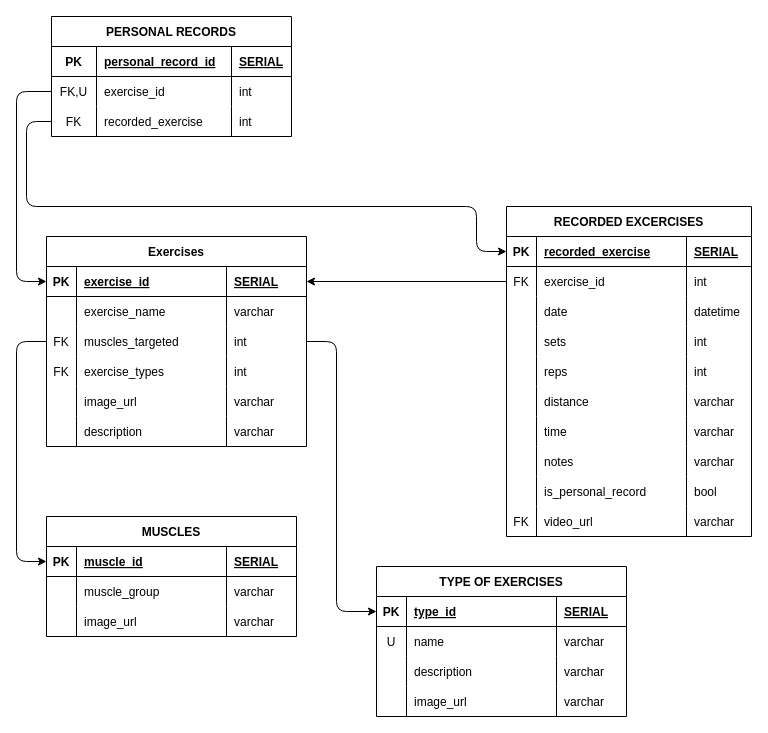
The draw.io diagram assignments/be-5-app-marshmallow/erd.drawio in James-Devpipline/BackEnd, before the edit. Source tidied: cells renumbered, new cells numbered last; positions are measured from the earlier drawing's top-left corner, leaving out a move shared by most shapes. Both pictures are drawn from the tidied source at 100%, with x=0, y=0 at pixel (16, 16).
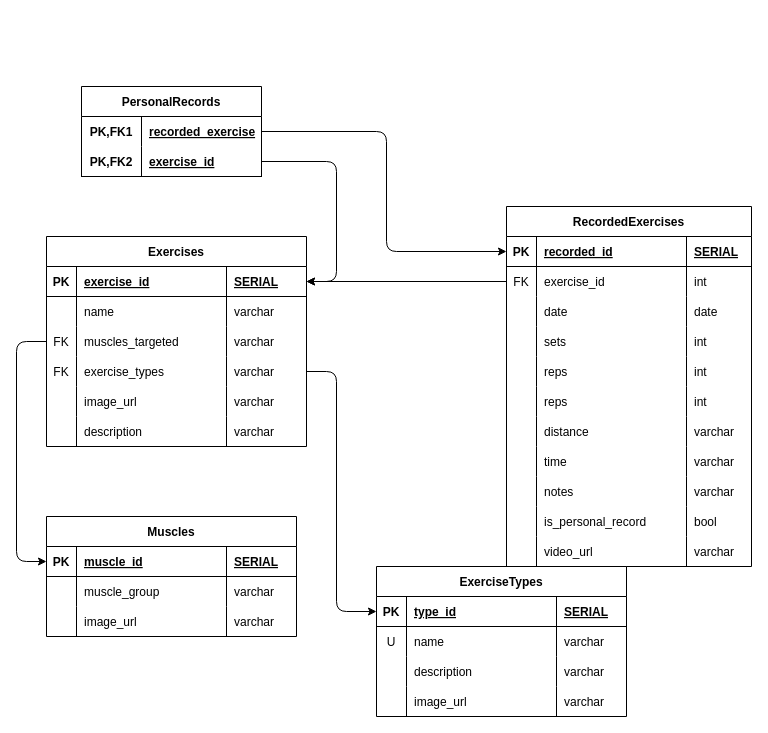
Above is the later version.

The change refers to these unchanged cells:
```xml
<mxCell id="3" style="shape=tableRow;horizontal=0;startSize=0;swimlaneHead=0;swimlaneBody=0;fillColor=none;points=[[0,0.5],[1,0.5]];portConstraint=eastwest;top=0;left=0;right=0;bottom=1;" parent="2" vertex="1">
  <mxGeometry y="30" width="260" height="30" as="geometry" />
</mxCell>
<mxCell id="7" style="shape=tableRow;horizontal=0;startSize=0;swimlaneHead=0;swimlaneBody=0;fillColor=none;top=0;left=0;right=0;bottom=0;" parent="2" vertex="1">
  <mxGeometry y="60" width="260" height="30" as="geometry" />
</mxCell>
<mxCell id="11" style="shape=tableRow;horizontal=0;startSize=0;swimlaneHead=0;swimlaneBody=0;fillColor=none;points=[[0,0.5],[1,0.5]];portConstraint=eastwest;top=0;left=0;right=0;bottom=0;" parent="2" vertex="1">
  <mxGeometry y="90" width="260" height="30" as="geometry" />
</mxCell>
<mxCell id="15" style="shape=tableRow;horizontal=0;startSize=0;swimlaneHead=0;swimlaneBody=0;fillColor=none;points=[[0,0.5],[1,0.5]];portConstraint=eastwest;top=0;left=0;right=0;bottom=0;" parent="2" vertex="1">
  <mxGeometry y="120" width="260" height="30" as="geometry" />
</mxCell>
<mxCell id="28" style="shape=tableRow;horizontal=0;startSize=0;swimlaneHead=0;swimlaneBody=0;fillColor=none;points=[[0,0.5],[1,0.5]];portConstraint=eastwest;top=0;left=0;right=0;bottom=1;" parent="27" vertex="1">
  <mxGeometry y="30" width="245" height="30" as="geometry" />
</mxCell>
<mxCell id="36" style="shape=tableRow;horizontal=0;startSize=0;swimlaneHead=0;swimlaneBody=0;fillColor=none;points=[[0,0.5],[1,0.5]];portConstraint=eastwest;top=0;left=0;right=0;bottom=0;" parent="27" vertex="1">
  <mxGeometry y="90" width="245" height="30" as="geometry" />
</mxCell>
<mxCell id="100" style="shape=tableRow;horizontal=0;startSize=0;swimlaneHead=0;swimlaneBody=0;fillColor=none;points=[[0,0.5],[1,0.5]];portConstraint=eastwest;top=0;left=0;right=0;bottom=1;" parent="99" vertex="1">
  <mxGeometry y="30" width="250" height="30" as="geometry" />
</mxCell>
```

The edit, as a diff of the source:
```diff
@@
-    <mxCell id="9" value="exercise_name" style="shape=partialRectangle;fillColor=none;top=0;left=0;bottom=0;right=0;align=left;spacingLeft=6;overflow=hidden;" parent="7" vertex="1">
+    <mxCell id="9" value="name" style="shape=partialRectangle;fillColor=none;top=0;left=0;bottom=0;right=0;align=left;spacingLeft=6;overflow=hidden;" parent="7" vertex="1">
       <mxGeometry x="30" width="150" height="30" as="geometry" />
     </mxCell>
@@
-    <mxCell id="14" value="int" style="shape=partialRectangle;fillColor=none;top=0;left=0;bottom=0;right=0;align=left;spacingLeft=6;overflow=hidden;" parent="11" vertex="1">
+    <mxCell id="14" value="varchar" style="shape=partialRectangle;fillColor=none;top=0;left=0;bottom=0;right=0;align=left;spacingLeft=6;overflow=hidden;" parent="11" vertex="1">
       <mxGeometry x="180" width="80" height="30" as="geometry" />
     </mxCell>
@@
-    <mxCell id="18" value="int" style="shape=partialRectangle;fillColor=none;top=0;left=0;bottom=0;right=0;align=left;spacingLeft=6;overflow=hidden;" parent="15" vertex="1">
+    <mxCell id="18" value="varchar" style="shape=partialRectangle;fillColor=none;top=0;left=0;bottom=0;right=0;align=left;spacingLeft=6;overflow=hidden;" parent="15" vertex="1">
       <mxGeometry x="180" width="80" height="30" as="geometry" />
     </mxCell>
@@
-    <mxCell id="27" value="RECORDED EXCERCISES" style="shape=table;startSize=30;childLayout=tableLayout;rowLines=0;fontStyle=1;align=center;" parent="1" vertex="1">
-      <mxGeometry x="490" y="190" width="245" height="330" as="geometry" />
+    <mxCell id="27" value="RecordedExercises" style="shape=table;startSize=30;childLayout=tableLayout;rowLines=0;fontStyle=1;align=center;" parent="1" vertex="1">
+      <mxGeometry x="490" y="190" width="245" height="360" as="geometry" />
     </mxCell>
@@
-    <mxCell id="30" value="recorded_exercise" style="shape=partialRectangle;fillColor=none;top=0;left=0;bottom=0;right=0;align=left;spacingLeft=6;fontStyle=5;overflow=hidden;" parent="28" vertex="1">
+    <mxCell id="30" value="recorded_id" style="shape=partialRectangle;fillColor=none;top=0;left=0;bottom=0;right=0;align=left;spacingLeft=6;fontStyle=5;overflow=hidden;" parent="28" vertex="1">
       <mxGeometry x="30" width="150" height="30" as="geometry" />
     </mxCell>
@@
-    <mxCell id="39" value="datetime" style="shape=partialRectangle;fillColor=none;top=0;left=0;bottom=0;right=0;align=left;spacingLeft=6;overflow=hidden;" parent="36" vertex="1">
+    <mxCell id="39" value="date" style="shape=partialRectangle;fillColor=none;top=0;left=0;bottom=0;right=0;align=left;spacingLeft=6;overflow=hidden;" parent="36" vertex="1">
       <mxGeometry x="180" width="65" height="30" as="geometry" />
     </mxCell>
@@
+    <mxCell id="117" style="shape=tableRow;horizontal=0;startSize=0;swimlaneHead=0;swimlaneBody=0;fillColor=none;top=0;left=0;right=0;bottom=0;" parent="27" vertex="1">
+      <mxGeometry y="150" width="245" height="30" as="geometry" />
+    </mxCell>
+    <mxCell id="118" style="shape=partialRectangle;fillColor=none;top=0;left=0;bottom=0;right=0;overflow=hidden;" parent="117" vertex="1">
+      <mxGeometry width="30" height="30" as="geometry" />
+    </mxCell>
+    <mxCell id="119" value="reps" style="shape=partialRectangle;fillColor=none;top=0;left=0;bottom=0;right=0;align=left;spacingLeft=6;overflow=hidden;" parent="117" vertex="1">
+      <mxGeometry x="30" width="150" height="30" as="geometry" />
+    </mxCell>
+    <mxCell id="120" value="int" style="shape=partialRectangle;fillColor=none;top=0;left=0;bottom=0;right=0;align=left;spacingLeft=6;overflow=hidden;" parent="117" vertex="1">
+      <mxGeometry x="180" width="65" height="30" as="geometry" />
+    </mxCell>
     <mxCell id="44" style="shape=tableRow;horizontal=0;startSize=0;swimlaneHead=0;swimlaneBody=0;fillColor=none;top=0;left=0;right=0;bottom=0;" parent="27" vertex="1">
-      <mxGeometry y="150" width="245" height="30" as="geometry" />
+      <mxGeometry y="180" width="245" height="30" as="geometry" />
     </mxCell>
@@
     <mxCell id="48" style="shape=tableRow;horizontal=0;startSize=0;swimlaneHead=0;swimlaneBody=0;fillColor=none;top=0;left=0;right=0;bottom=0;" parent="27" vertex="1">
-      <mxGeometry y="180" width="245" height="30" as="geometry" />
+      <mxGeometry y="210" width="245" height="30" as="geometry" />
     </mxCell>
@@
     <mxCell id="52" style="shape=tableRow;horizontal=0;startSize=0;swimlaneHead=0;swimlaneBody=0;fillColor=none;top=0;left=0;right=0;bottom=0;" parent="27" vertex="1">
-      <mxGeometry y="210" width="245" height="30" as="geometry" />
+      <mxGeometry y="240" width="245" height="30" as="geometry" />
     </mxCell>
@@
     <mxCell id="56" style="shape=tableRow;horizontal=0;startSize=0;swimlaneHead=0;swimlaneBody=0;fillColor=none;top=0;left=0;right=0;bottom=0;" parent="27" vertex="1">
-      <mxGeometry y="240" width="245" height="30" as="geometry" />
+      <mxGeometry y="270" width="245" height="30" as="geometry" />
     </mxCell>
@@
     <mxCell id="60" style="shape=tableRow;horizontal=0;startSize=0;swimlaneHead=0;swimlaneBody=0;fillColor=none;top=0;left=0;right=0;bottom=0;" parent="27" vertex="1">
-      <mxGeometry y="270" width="245" height="30" as="geometry" />
+      <mxGeometry y="300" width="245" height="30" as="geometry" />
     </mxCell>
@@
     <mxCell id="64" style="shape=tableRow;horizontal=0;startSize=0;swimlaneHead=0;swimlaneBody=0;fillColor=none;top=0;left=0;right=0;bottom=0;" parent="27" vertex="1">
-      <mxGeometry y="300" width="245" height="30" as="geometry" />
+      <mxGeometry y="330" width="245" height="30" as="geometry" />
     </mxCell>
-    <mxCell id="65" value="FK" style="shape=partialRectangle;fillColor=none;top=0;left=0;bottom=0;right=0;overflow=hidden;" parent="64" vertex="1">
+    <mxCell id="65" style="shape=partialRectangle;fillColor=none;top=0;left=0;bottom=0;right=0;overflow=hidden;" parent="64" vertex="1">
       <mxGeometry width="30" height="30" as="geometry" />
     </mxCell>
@@
-    <mxCell id="68" value="PERSONAL RECORDS" style="shape=table;startSize=30;childLayout=tableLayout;rowLines=0;fontStyle=1;align=center;" parent="1" vertex="1">
-      <mxGeometry x="35" width="240" height="120" as="geometry" />
-    </mxCell>
-    <mxCell id="69" style="shape=tableRow;horizontal=0;startSize=0;swimlaneHead=0;swimlaneBody=0;fillColor=none;top=0;left=0;right=0;bottom=1;" parent="68" vertex="1">
-      <mxGeometry y="30" width="240" height="30" as="geometry" />
-    </mxCell>
-    <mxCell id="70" value="PK" style="shape=partialRectangle;fillColor=none;top=0;left=0;bottom=0;right=0;fontStyle=1;overflow=hidden;" parent="69" vertex="1">
-      <mxGeometry width="45" height="30" as="geometry" />
-    </mxCell>
-    <mxCell id="71" value="personal_record_id" style="shape=partialRectangle;fillColor=none;top=0;left=0;bottom=0;right=0;align=left;spacingLeft=6;fontStyle=5;overflow=hidden;" parent="69" vertex="1">
-      <mxGeometry x="45" width="135" height="30" as="geometry" />
-    </mxCell>
-    <mxCell id="72" value="SERIAL" style="shape=partialRectangle;fillColor=none;top=0;left=0;bottom=0;right=0;align=left;spacingLeft=6;fontStyle=5;overflow=hidden;" parent="69" vertex="1">
-      <mxGeometry x="180" width="60" height="30" as="geometry" />
-    </mxCell>
-    <mxCell id="73" style="shape=tableRow;horizontal=0;startSize=0;swimlaneHead=0;swimlaneBody=0;fillColor=none;points=[[0,0.5],[1,0.5]];portConstraint=eastwest;top=0;left=0;right=0;bottom=0;" parent="68" vertex="1">
-      <mxGeometry y="60" width="240" height="30" as="geometry" />
-    </mxCell>
-    <mxCell id="74" value="FK,U" style="shape=partialRectangle;fillColor=none;top=0;left=0;bottom=0;right=0;overflow=hidden;" parent="73" vertex="1">
-      <mxGeometry width="45" height="30" as="geometry" />
-    </mxCell>
-    <mxCell id="75" value="exercise_id" style="shape=partialRectangle;fillColor=none;top=0;left=0;bottom=0;right=0;align=left;spacingLeft=6;overflow=hidden;" parent="73" vertex="1">
-      <mxGeometry x="45" width="135" height="30" as="geometry" />
-    </mxCell>
-    <mxCell id="76" value="int" style="shape=partialRectangle;fillColor=none;top=0;left=0;bottom=0;right=0;align=left;spacingLeft=6;overflow=hidden;" parent="73" vertex="1">
-      <mxGeometry x="180" width="60" height="30" as="geometry" />
-    </mxCell>
-    <mxCell id="77" style="shape=tableRow;horizontal=0;startSize=0;swimlaneHead=0;swimlaneBody=0;fillColor=none;points=[[0,0.5],[1,0.5]];portConstraint=eastwest;top=0;left=0;right=0;bottom=0;" parent="68" vertex="1">
-      <mxGeometry y="90" width="240" height="30" as="geometry" />
-    </mxCell>
-    <mxCell id="78" value="FK" style="shape=partialRectangle;fillColor=none;top=0;left=0;bottom=0;right=0;overflow=hidden;" parent="77" vertex="1">
-      <mxGeometry width="45" height="30" as="geometry" />
-    </mxCell>
-    <mxCell id="79" value="recorded_exercise" style="shape=partialRectangle;fillColor=none;top=0;left=0;bottom=0;right=0;align=left;spacingLeft=6;overflow=hidden;" parent="77" vertex="1">
-      <mxGeometry x="45" width="135" height="30" as="geometry" />
-    </mxCell>
-    <mxCell id="80" value="int" style="shape=partialRectangle;fillColor=none;top=0;left=0;bottom=0;right=0;align=left;spacingLeft=6;overflow=hidden;" parent="77" vertex="1">
-      <mxGeometry x="180" width="60" height="30" as="geometry" />
-    </mxCell>
@@
-    <mxCell id="82" style="edgeStyle=none;html=1;exitX=0;exitY=0.5;exitDx=0;exitDy=0;entryX=0;entryY=0.5;entryDx=0;entryDy=0;" parent="1" edge="1" source="73" target="3">
-      <mxGeometry relative="1" as="geometry">
-        <Array as="points">
-          <mxPoint y="75" />
-          <mxPoint y="265" />
-        </Array>
-      </mxGeometry>
-    </mxCell>
@@
-    <mxCell id="84" style="edgeStyle=none;html=1;exitX=0;exitY=0.5;exitDx=0;exitDy=0;entryX=0;entryY=0.5;entryDx=0;entryDy=0;" parent="1" edge="1" source="77" target="28">
-      <mxGeometry relative="1" as="geometry">
-        <Array as="points">
-          <mxPoint x="10" y="105" />
-          <mxPoint x="10" y="190" />
-          <mxPoint x="460" y="190" />
-          <mxPoint x="460" y="235" />
-        </Array>
-      </mxGeometry>
-    </mxCell>
-    <mxCell id="85" value="MUSCLES" style="shape=table;startSize=30;childLayout=tableLayout;rowLines=0;fontStyle=1;align=center;" parent="1" vertex="1">
+    <mxCell id="85" value="Muscles" style="shape=table;startSize=30;childLayout=tableLayout;rowLines=0;fontStyle=1;align=center;" parent="1" vertex="1">
       <mxGeometry x="30" y="500" width="250" height="120" as="geometry" />
     </mxCell>
@@
-    <mxCell id="99" value="TYPE OF EXERCISES" style="shape=table;startSize=30;childLayout=tableLayout;rowLines=0;fontStyle=1;align=center;" parent="1" vertex="1">
+    <mxCell id="99" value="ExerciseTypes" style="shape=table;startSize=30;childLayout=tableLayout;rowLines=0;fontStyle=1;align=center;" parent="1" vertex="1">
       <mxGeometry x="360" y="550" width="250" height="150" as="geometry" />
     </mxCell>
@@
-    <mxCell id="116" style="edgeStyle=none;html=1;exitX=1;exitY=0.5;exitDx=0;exitDy=0;entryX=0;entryY=0.5;entryDx=0;entryDy=0;" parent="1" edge="1" source="11" target="100">
+    <mxCell id="116" style="edgeStyle=none;html=1;exitX=1;exitY=0.5;exitDx=0;exitDy=0;entryX=0;entryY=0.5;entryDx=0;entryDy=0;" parent="1" edge="1" source="15" target="100">
       <mxGeometry relative="1" as="geometry">
         <Array as="points">
-          <mxPoint x="320" y="325" />
+          <mxPoint x="320" y="355" />
           <mxPoint x="320" y="595" />
         </Array>
       </mxGeometry>
     </mxCell>
+    <mxCell id="121" value="PersonalRecords" style="shape=table;startSize=30;childLayout=tableLayout;rowLines=0;fontStyle=1;align=center;" parent="1" vertex="1">
+      <mxGeometry x="65" y="70" width="180" height="90" as="geometry" />
+    </mxCell>
+    <mxCell id="122" style="shape=tableRow;horizontal=0;startSize=0;swimlaneHead=0;swimlaneBody=0;fillColor=none;points=[[0,0.5],[1,0.5]];portConstraint=eastwest;top=0;left=0;right=0;bottom=0;" parent="121" vertex="1">
+      <mxGeometry y="30" width="180" height="30" as="geometry" />
+    </mxCell>
+    <mxCell id="123" value="PK,FK1" style="shape=partialRectangle;fillColor=none;top=0;left=0;bottom=0;right=0;fontStyle=1;overflow=hidden;" parent="122" vertex="1">
+      <mxGeometry width="60" height="30" as="geometry" />
+    </mxCell>
+    <mxCell id="79" value="recorded_exercise" style="shape=partialRectangle;fillColor=none;top=0;left=0;bottom=0;right=0;align=left;spacingLeft=6;fontStyle=5;overflow=hidden;" parent="122" vertex="1">
+      <mxGeometry x="60" width="120" height="30" as="geometry" />
+    </mxCell>
+    <mxCell id="124" style="shape=tableRow;horizontal=0;startSize=0;swimlaneHead=0;swimlaneBody=0;fillColor=none;points=[[0,0.5],[1,0.5]];portConstraint=eastwest;top=0;left=0;right=0;bottom=1;" parent="121" vertex="1">
+      <mxGeometry y="60" width="180" height="30" as="geometry" />
+    </mxCell>
+    <mxCell id="125" value="PK,FK2" style="shape=partialRectangle;fillColor=none;top=0;left=0;bottom=0;right=0;fontStyle=1;overflow=hidden;" parent="124" vertex="1">
+      <mxGeometry width="60" height="30" as="geometry" />
+    </mxCell>
+    <mxCell id="75" value="exercise_id" style="shape=partialRectangle;fillColor=none;top=0;left=0;bottom=0;right=0;align=left;spacingLeft=6;fontStyle=5;overflow=hidden;" parent="124" vertex="1">
+      <mxGeometry x="60" width="120" height="30" as="geometry" />
+    </mxCell>
+    <mxCell id="126" style="edgeStyle=none;html=1;exitX=1;exitY=0.5;exitDx=0;exitDy=0;entryX=0;entryY=0.5;entryDx=0;entryDy=0;" parent="1" edge="1" source="122" target="28">
+      <mxGeometry relative="1" as="geometry">
+        <Array as="points">
+          <mxPoint x="370" y="115" />
+          <mxPoint x="370" y="235" />
+        </Array>
+      </mxGeometry>
+    </mxCell>
+    <mxCell id="127" style="edgeStyle=none;html=1;entryX=1;entryY=0.5;entryDx=0;entryDy=0;exitX=1;exitY=0.5;exitDx=0;exitDy=0;" parent="1" edge="1" source="124" target="3">
+      <mxGeometry relative="1" as="geometry">
+        <Array as="points">
+          <mxPoint x="320" y="145" />
+          <mxPoint x="320" y="265" />
+        </Array>
+      </mxGeometry>
+    </mxCell>
```
